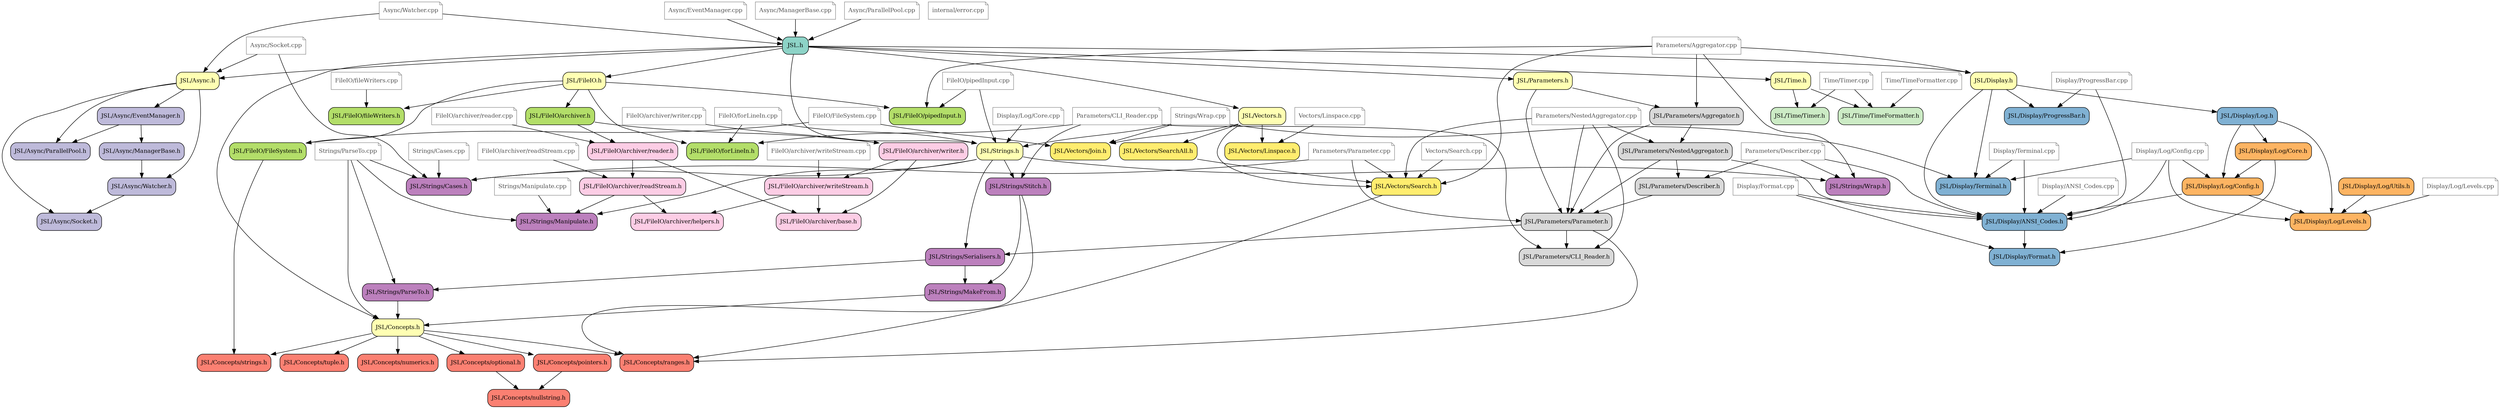
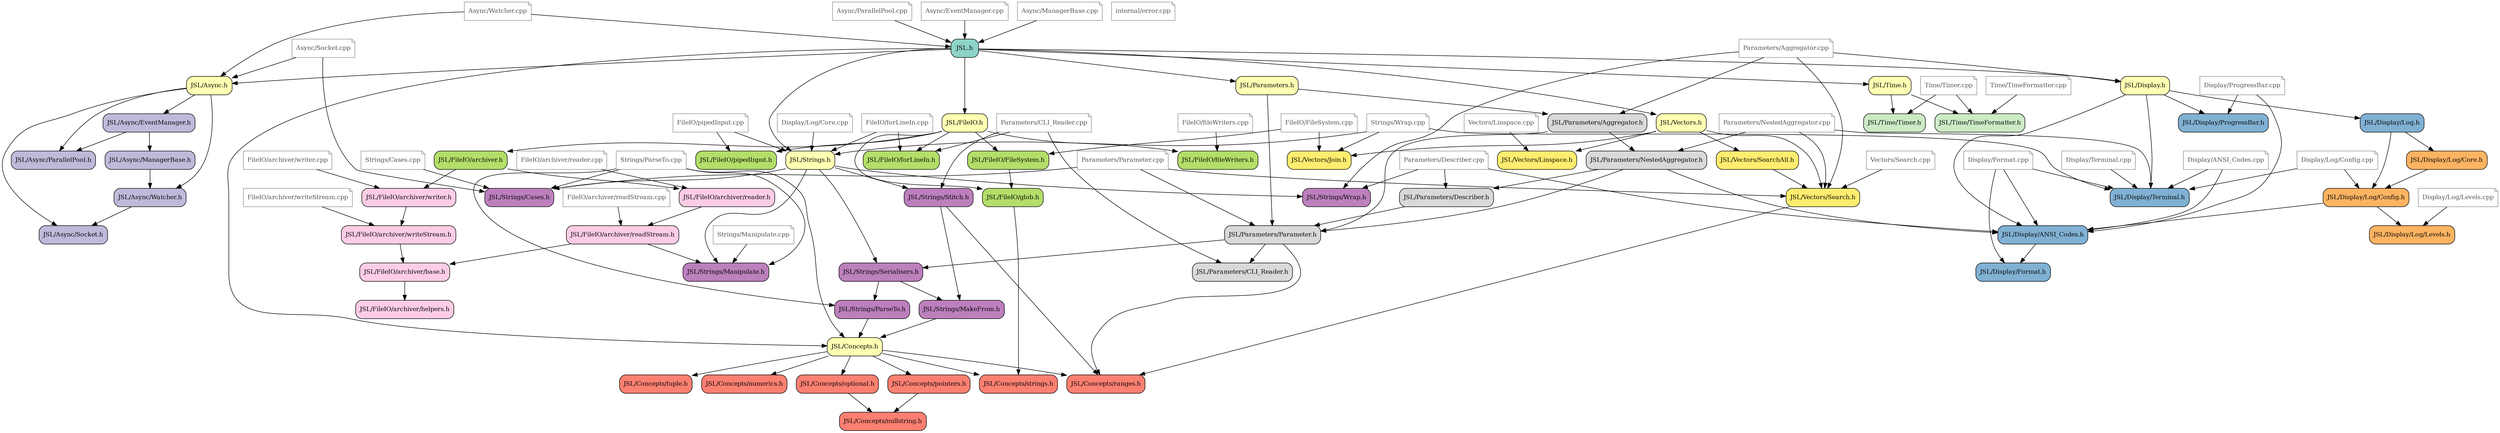
digraph codeviz {
    splines=true
    sep="+15,15"
    overlap=false

    node [shape=Mrecord, fontsize=12]

    node [fillcolor = "#8dd3c7",shape="Mrecord", style = "filled"] "include/JSL.h"                             [label = "JSL.h"]
    node [fillcolor = "#ffffb3",shape="Mrecord", style = "filled"] "include/JSL/Async.h"                       [label = "JSL/Async.h"]
    node [fillcolor = "#bebada",shape="Mrecord", style = "filled"] "include/JSL/Async/EventManager.h"          [label = "JSL/Async/EventManager.h"]
    node [fillcolor = "#bebada",shape="Mrecord", style = "filled"] "include/JSL/Async/ManagerBase.h"           [label = "JSL/Async/ManagerBase.h"]
    node [fillcolor = "#bebada",shape="Mrecord", style = "filled"] "include/JSL/Async/ParallelPool.h"          [label = "JSL/Async/ParallelPool.h"]
    node [fillcolor = "#bebada",shape="Mrecord", style = "filled"] "include/JSL/Async/Socket.h"                [label = "JSL/Async/Socket.h"]
    node [fillcolor = "#bebada",shape="Mrecord", style = "filled"] "include/JSL/Async/Watcher.h"               [label = "JSL/Async/Watcher.h"]
    node [fillcolor = "#ffffb3",shape="Mrecord", style = "filled"] "include/JSL/Concepts.h"                    [label = "JSL/Concepts.h"]
    node [fillcolor = "#fb8072",shape="Mrecord", style = "filled"] "include/JSL/Concepts/nullstring.h"         [label = "JSL/Concepts/nullstring.h"]
    node [fillcolor = "#fb8072",shape="Mrecord", style = "filled"] "include/JSL/Concepts/numerics.h"           [label = "JSL/Concepts/numerics.h"]
    node [fillcolor = "#fb8072",shape="Mrecord", style = "filled"] "include/JSL/Concepts/optional.h"           [label = "JSL/Concepts/optional.h"]
    node [fillcolor = "#fb8072",shape="Mrecord", style = "filled"] "include/JSL/Concepts/pointers.h"           [label = "JSL/Concepts/pointers.h"]
    node [fillcolor = "#fb8072",shape="Mrecord", style = "filled"] "include/JSL/Concepts/ranges.h"             [label = "JSL/Concepts/ranges.h"]
    node [fillcolor = "#fb8072",shape="Mrecord", style = "filled"] "include/JSL/Concepts/strings.h"            [label = "JSL/Concepts/strings.h"]
    node [fillcolor = "#fb8072",shape="Mrecord", style = "filled"] "include/JSL/Concepts/tuple.h"              [label = "JSL/Concepts/tuple.h"]
    node [fillcolor = "#ffffb3",shape="Mrecord", style = "filled"] "include/JSL/Display.h"                     [label = "JSL/Display.h"]
    node [fillcolor = "#80b1d3",shape="Mrecord", style = "filled"] "include/JSL/Display/ANSI_Codes.h"          [label = "JSL/Display/ANSI_Codes.h"]
    node [fillcolor = "#80b1d3",shape="Mrecord", style = "filled"] "include/JSL/Display/Format.h"              [label = "JSL/Display/Format.h"]
    node [fillcolor = "#80b1d3",shape="Mrecord", style = "filled"] "include/JSL/Display/Log.h"                 [label = "JSL/Display/Log.h"]
    node [fillcolor = "#fdb462",shape="Mrecord", style = "filled"] "include/JSL/Display/Log/Config.h"          [label = "JSL/Display/Log/Config.h"]
    node [fillcolor = "#fdb462",shape="Mrecord", style = "filled"] "include/JSL/Display/Log/Core.h"            [label = "JSL/Display/Log/Core.h"]
    node [fillcolor = "#fdb462",shape="Mrecord", style = "filled"] "include/JSL/Display/Log/Levels.h"          [label = "JSL/Display/Log/Levels.h"]
-     node [fillcolor = "#fdb462",shape="Mrecord", style = "filled"] "include/JSL/Display/Log/Utils.h"           [label = "JSL/Display/Log/Utils.h"]
    node [fillcolor = "#80b1d3",shape="Mrecord", style = "filled"] "include/JSL/Display/ProgressBar.h"         [label = "JSL/Display/ProgressBar.h"]
    node [fillcolor = "#80b1d3",shape="Mrecord", style = "filled"] "include/JSL/Display/Terminal.h"            [label = "JSL/Display/Terminal.h"]
    node [fillcolor = "#ffffb3",shape="Mrecord", style = "filled"] "include/JSL/FileIO.h"                      [label = "JSL/FileIO.h"]
    node [fillcolor = "#b3de69",shape="Mrecord", style = "filled"] "include/JSL/FileIO/FileSystem.h"           [label = "JSL/FileIO/FileSystem.h"]
    node [fillcolor = "#b3de69",shape="Mrecord", style = "filled"] "include/JSL/FileIO/archiver.h"             [label = "JSL/FileIO/archiver.h"]
    node [fillcolor = "#fccde5",shape="Mrecord", style = "filled"] "include/JSL/FileIO/archiver/base.h"        [label = "JSL/FileIO/archiver/base.h"]
    node [fillcolor = "#fccde5",shape="Mrecord", style = "filled"] "include/JSL/FileIO/archiver/helpers.h"     [label = "JSL/FileIO/archiver/helpers.h"]
    node [fillcolor = "#fccde5",shape="Mrecord", style = "filled"] "include/JSL/FileIO/archiver/readStream.h"  [label = "JSL/FileIO/archiver/readStream.h"]
    node [fillcolor = "#fccde5",shape="Mrecord", style = "filled"] "include/JSL/FileIO/archiver/reader.h"      [label = "JSL/FileIO/archiver/reader.h"]
    node [fillcolor = "#fccde5",shape="Mrecord", style = "filled"] "include/JSL/FileIO/archiver/writeStream.h" [label = "JSL/FileIO/archiver/writeStream.h"]
    node [fillcolor = "#fccde5",shape="Mrecord", style = "filled"] "include/JSL/FileIO/archiver/writer.h"      [label = "JSL/FileIO/archiver/writer.h"]
    node [fillcolor = "#b3de69",shape="Mrecord", style = "filled"] "include/JSL/FileIO/fileWriters.h"          [label = "JSL/FileIO/fileWriters.h"]
    node [fillcolor = "#b3de69",shape="Mrecord", style = "filled"] "include/JSL/FileIO/forLineIn.h"            [label = "JSL/FileIO/forLineIn.h"]
+     node [fillcolor = "#b3de69",shape="Mrecord", style = "filled"] "include/JSL/FileIO/glob.h"                 [label = "JSL/FileIO/glob.h"]
    node [fillcolor = "#b3de69",shape="Mrecord", style = "filled"] "include/JSL/FileIO/pipedInput.h"           [label = "JSL/FileIO/pipedInput.h"]
    node [fillcolor = "#ffffb3",shape="Mrecord", style = "filled"] "include/JSL/Parameters.h"                  [label = "JSL/Parameters.h"]
    node [fillcolor = "#d9d9d9",shape="Mrecord", style = "filled"] "include/JSL/Parameters/Aggregator.h"       [label = "JSL/Parameters/Aggregator.h"]
    node [fillcolor = "#d9d9d9",shape="Mrecord", style = "filled"] "include/JSL/Parameters/CLI_Reader.h"       [label = "JSL/Parameters/CLI_Reader.h"]
    node [fillcolor = "#d9d9d9",shape="Mrecord", style = "filled"] "include/JSL/Parameters/Describer.h"        [label = "JSL/Parameters/Describer.h"]
    node [fillcolor = "#d9d9d9",shape="Mrecord", style = "filled"] "include/JSL/Parameters/NestedAggregator.h" [label = "JSL/Parameters/NestedAggregator.h"]
    node [fillcolor = "#d9d9d9",shape="Mrecord", style = "filled"] "include/JSL/Parameters/Parameter.h"        [label = "JSL/Parameters/Parameter.h"]
    node [fillcolor = "#ffffb3",shape="Mrecord", style = "filled"] "include/JSL/Strings.h"                     [label = "JSL/Strings.h"]
    node [fillcolor = "#bc80bd",shape="Mrecord", style = "filled"] "include/JSL/Strings/Cases.h"               [label = "JSL/Strings/Cases.h"]
    node [fillcolor = "#bc80bd",shape="Mrecord", style = "filled"] "include/JSL/Strings/MakeFrom.h"            [label = "JSL/Strings/MakeFrom.h"]
    node [fillcolor = "#bc80bd",shape="Mrecord", style = "filled"] "include/JSL/Strings/Manipulate.h"          [label = "JSL/Strings/Manipulate.h"]
    node [fillcolor = "#bc80bd",shape="Mrecord", style = "filled"] "include/JSL/Strings/ParseTo.h"             [label = "JSL/Strings/ParseTo.h"]
    node [fillcolor = "#bc80bd",shape="Mrecord", style = "filled"] "include/JSL/Strings/Serialisers.h"         [label = "JSL/Strings/Serialisers.h"]
    node [fillcolor = "#bc80bd",shape="Mrecord", style = "filled"] "include/JSL/Strings/Stitch.h"              [label = "JSL/Strings/Stitch.h"]
    node [fillcolor = "#bc80bd",shape="Mrecord", style = "filled"] "include/JSL/Strings/Wrap.h"                [label = "JSL/Strings/Wrap.h"]
    node [fillcolor = "#ffffb3",shape="Mrecord", style = "filled"] "include/JSL/Time.h"                        [label = "JSL/Time.h"]
    node [fillcolor = "#ccebc5",shape="Mrecord", style = "filled"] "include/JSL/Time/TimeFormatter.h"          [label = "JSL/Time/TimeFormatter.h"]
    node [fillcolor = "#ccebc5",shape="Mrecord", style = "filled"] "include/JSL/Time/Timer.h"                  [label = "JSL/Time/Timer.h"]
    node [fillcolor = "#ffffb3",shape="Mrecord", style = "filled"] "include/JSL/Vectors.h"                     [label = "JSL/Vectors.h"]
    node [fillcolor = "#ffed6f",shape="Mrecord", style = "filled"] "include/JSL/Vectors/Join.h"                [label = "JSL/Vectors/Join.h"]
    node [fillcolor = "#ffed6f",shape="Mrecord", style = "filled"] "include/JSL/Vectors/Linspace.h"            [label = "JSL/Vectors/Linspace.h"]
    node [fillcolor = "#ffed6f",shape="Mrecord", style = "filled"] "include/JSL/Vectors/Search.h"              [label = "JSL/Vectors/Search.h"]
    node [fillcolor = "#ffed6f",shape="Mrecord", style = "filled"] "include/JSL/Vectors/SearchAll.h"           [label = "JSL/Vectors/SearchAll.h"]
    node [fillcolor = "#8B8B8B",style="", shape="note", color="#8c8c8c", fontcolor="#4b4b4b"] "src/Async/EventManager.cpp"                [label = "Async/EventManager.cpp"]
    node [fillcolor = "#8B8B8B",style="", shape="note", color="#8c8c8c", fontcolor="#4b4b4b"] "src/Async/ManagerBase.cpp"                 [label = "Async/ManagerBase.cpp"]
    node [fillcolor = "#8B8B8B",style="", shape="note", color="#8c8c8c", fontcolor="#4b4b4b"] "src/Async/ParallelPool.cpp"                [label = "Async/ParallelPool.cpp"]
    node [fillcolor = "#8B8B8B",style="", shape="note", color="#8c8c8c", fontcolor="#4b4b4b"] "src/Async/Socket.cpp"                      [label = "Async/Socket.cpp"]
    node [fillcolor = "#8B8B8B",style="", shape="note", color="#8c8c8c", fontcolor="#4b4b4b"] "src/Async/Watcher.cpp"                     [label = "Async/Watcher.cpp"]
    node [fillcolor = "#8B8B8B",style="", shape="note", color="#8c8c8c", fontcolor="#4b4b4b"] "src/Display/ANSI_Codes.cpp"                [label = "Display/ANSI_Codes.cpp"]
    node [fillcolor = "#8B8B8B",style="", shape="note", color="#8c8c8c", fontcolor="#4b4b4b"] "src/Display/Format.cpp"                    [label = "Display/Format.cpp"]
    node [fillcolor = "#8B8B8B",style="", shape="note", color="#8c8c8c", fontcolor="#4b4b4b"] "src/Display/Log/Config.cpp"                [label = "Display/Log/Config.cpp"]
    node [fillcolor = "#8B8B8B",style="", shape="note", color="#8c8c8c", fontcolor="#4b4b4b"] "src/Display/Log/Core.cpp"                  [label = "Display/Log/Core.cpp"]
    node [fillcolor = "#8B8B8B",style="", shape="note", color="#8c8c8c", fontcolor="#4b4b4b"] "src/Display/Log/Levels.cpp"                [label = "Display/Log/Levels.cpp"]
    node [fillcolor = "#8B8B8B",style="", shape="note", color="#8c8c8c", fontcolor="#4b4b4b"] "src/Display/ProgressBar.cpp"               [label = "Display/ProgressBar.cpp"]
    node [fillcolor = "#8B8B8B",style="", shape="note", color="#8c8c8c", fontcolor="#4b4b4b"] "src/Display/Terminal.cpp"                  [label = "Display/Terminal.cpp"]
    node [fillcolor = "#8B8B8B",style="", shape="note", color="#8c8c8c", fontcolor="#4b4b4b"] "src/FileIO/FileSystem.cpp"                 [label = "FileIO/FileSystem.cpp"]
    node [fillcolor = "#8B8B8B",style="", shape="note", color="#8c8c8c", fontcolor="#4b4b4b"] "src/FileIO/archiver/readStream.cpp"        [label = "FileIO/archiver/readStream.cpp"]
    node [fillcolor = "#8B8B8B",style="", shape="note", color="#8c8c8c", fontcolor="#4b4b4b"] "src/FileIO/archiver/reader.cpp"            [label = "FileIO/archiver/reader.cpp"]
    node [fillcolor = "#8B8B8B",style="", shape="note", color="#8c8c8c", fontcolor="#4b4b4b"] "src/FileIO/archiver/writeStream.cpp"       [label = "FileIO/archiver/writeStream.cpp"]
    node [fillcolor = "#8B8B8B",style="", shape="note", color="#8c8c8c", fontcolor="#4b4b4b"] "src/FileIO/archiver/writer.cpp"            [label = "FileIO/archiver/writer.cpp"]
    node [fillcolor = "#8B8B8B",style="", shape="note", color="#8c8c8c", fontcolor="#4b4b4b"] "src/FileIO/fileWriters.cpp"                [label = "FileIO/fileWriters.cpp"]
    node [fillcolor = "#8B8B8B",style="", shape="note", color="#8c8c8c", fontcolor="#4b4b4b"] "src/FileIO/forLineIn.cpp"                  [label = "FileIO/forLineIn.cpp"]
    node [fillcolor = "#8B8B8B",style="", shape="note", color="#8c8c8c", fontcolor="#4b4b4b"] "src/FileIO/pipedInput.cpp"                 [label = "FileIO/pipedInput.cpp"]
    node [fillcolor = "#8B8B8B",style="", shape="note", color="#8c8c8c", fontcolor="#4b4b4b"] "src/Parameters/Aggregator.cpp"             [label = "Parameters/Aggregator.cpp"]
    node [fillcolor = "#8B8B8B",style="", shape="note", color="#8c8c8c", fontcolor="#4b4b4b"] "src/Parameters/CLI_Reader.cpp"             [label = "Parameters/CLI_Reader.cpp"]
    node [fillcolor = "#8B8B8B",style="", shape="note", color="#8c8c8c", fontcolor="#4b4b4b"] "src/Parameters/Describer.cpp"              [label = "Parameters/Describer.cpp"]
    node [fillcolor = "#8B8B8B",style="", shape="note", color="#8c8c8c", fontcolor="#4b4b4b"] "src/Parameters/NestedAggregator.cpp"       [label = "Parameters/NestedAggregator.cpp"]
    node [fillcolor = "#8B8B8B",style="", shape="note", color="#8c8c8c", fontcolor="#4b4b4b"] "src/Parameters/Parameter.cpp"              [label = "Parameters/Parameter.cpp"]
    node [fillcolor = "#8B8B8B",style="", shape="note", color="#8c8c8c", fontcolor="#4b4b4b"] "src/Strings/Cases.cpp"                     [label = "Strings/Cases.cpp"]
    node [fillcolor = "#8B8B8B",style="", shape="note", color="#8c8c8c", fontcolor="#4b4b4b"] "src/Strings/Manipulate.cpp"                [label = "Strings/Manipulate.cpp"]
    node [fillcolor = "#8B8B8B",style="", shape="note", color="#8c8c8c", fontcolor="#4b4b4b"] "src/Strings/ParseTo.cpp"                   [label = "Strings/ParseTo.cpp"]
    node [fillcolor = "#8B8B8B",style="", shape="note", color="#8c8c8c", fontcolor="#4b4b4b"] "src/Strings/Wrap.cpp"                      [label = "Strings/Wrap.cpp"]
    node [fillcolor = "#8B8B8B",style="", shape="note", color="#8c8c8c", fontcolor="#4b4b4b"] "src/Time/TimeFormatter.cpp"                [label = "Time/TimeFormatter.cpp"]
    node [fillcolor = "#8B8B8B",style="", shape="note", color="#8c8c8c", fontcolor="#4b4b4b"] "src/Time/Timer.cpp"                        [label = "Time/Timer.cpp"]
    node [fillcolor = "#8B8B8B",style="", shape="note", color="#8c8c8c", fontcolor="#4b4b4b"] "src/Vectors/Linspace.cpp"                  [label = "Vectors/Linspace.cpp"]
    node [fillcolor = "#8B8B8B",style="", shape="note", color="#8c8c8c", fontcolor="#4b4b4b"] "src/Vectors/Search.cpp"                    [label = "Vectors/Search.cpp"]
    node [fillcolor = "#8B8B8B",style="", shape="note", color="#8c8c8c", fontcolor="#4b4b4b"] "src/internal/error.cpp"                    [label = "internal/error.cpp"]

    "include/JSL.h"                             -> "include/JSL/Display.h"
    "include/JSL.h"                             -> "include/JSL/FileIO.h"
    "include/JSL.h"                             -> "include/JSL/Parameters.h"
    "include/JSL.h"                             -> "include/JSL/Strings.h"
    "include/JSL.h"                             -> "include/JSL/Time.h"
    "include/JSL.h"                             -> "include/JSL/Vectors.h"
    "include/JSL.h"                             -> "include/JSL/Async.h"
    "include/JSL.h"                             -> "include/JSL/Concepts.h"
    "include/JSL/Async.h"                       -> "include/JSL/Async/Socket.h"
    "include/JSL/Async.h"                       -> "include/JSL/Async/Watcher.h"
    "include/JSL/Async.h"                       -> "include/JSL/Async/EventManager.h"
    "include/JSL/Async.h"                       -> "include/JSL/Async/ParallelPool.h"
    "include/JSL/Async/EventManager.h"          -> "include/JSL/Async/ManagerBase.h"
    "include/JSL/Async/EventManager.h"          -> "include/JSL/Async/ParallelPool.h"
    "include/JSL/Async/ManagerBase.h"           -> "include/JSL/Async/Watcher.h"
    "include/JSL/Async/Watcher.h"               -> "include/JSL/Async/Socket.h"
    "include/JSL/Concepts.h"                    -> "include/JSL/Concepts/ranges.h"
    "include/JSL/Concepts.h"                    -> "include/JSL/Concepts/tuple.h"
    "include/JSL/Concepts.h"                    -> "include/JSL/Concepts/numerics.h"
    "include/JSL/Concepts.h"                    -> "include/JSL/Concepts/strings.h"
    "include/JSL/Concepts.h"                    -> "include/JSL/Concepts/pointers.h"
    "include/JSL/Concepts.h"                    -> "include/JSL/Concepts/optional.h"
    "include/JSL/Concepts/optional.h"           -> "include/JSL/Concepts/nullstring.h"
    "include/JSL/Concepts/pointers.h"           -> "include/JSL/Concepts/nullstring.h"
    "include/JSL/Display.h"                     -> "include/JSL/Display/Log.h"
    "include/JSL/Display.h"                     -> "include/JSL/Display/ANSI_Codes.h"
    "include/JSL/Display.h"                     -> "include/JSL/Display/ProgressBar.h"
    "include/JSL/Display.h"                     -> "include/JSL/Display/Terminal.h"
    "include/JSL/Display/ANSI_Codes.h"          -> "include/JSL/Display/Format.h"
    "include/JSL/Display/Log.h"                 -> "include/JSL/Display/Log/Core.h"
    "include/JSL/Display/Log.h"                 -> "include/JSL/Display/Log/Config.h"
-     "include/JSL/Display/Log.h"                 -> "include/JSL/Display/Log/Levels.h"
    "include/JSL/Display/Log/Config.h"          -> "include/JSL/Display/Log/Levels.h"
    "include/JSL/Display/Log/Config.h"          -> "include/JSL/Display/ANSI_Codes.h"
    "include/JSL/Display/Log/Core.h"            -> "include/JSL/Display/Log/Config.h"
-     "include/JSL/Display/Log/Core.h"            -> "include/JSL/Display/Format.h"
-     "include/JSL/Display/Log/Utils.h"           -> "include/JSL/Display/Log/Levels.h"
    "include/JSL/FileIO.h"                      -> "include/JSL/FileIO/forLineIn.h"
    "include/JSL/FileIO.h"                      -> "include/JSL/FileIO/FileSystem.h"
    "include/JSL/FileIO.h"                      -> "include/JSL/FileIO/fileWriters.h"
    "include/JSL/FileIO.h"                      -> "include/JSL/FileIO/pipedInput.h"
    "include/JSL/FileIO.h"                      -> "include/JSL/FileIO/archiver.h"
-     "include/JSL/FileIO/FileSystem.h"           -> "include/JSL/Concepts/strings.h"
+     "include/JSL/FileIO.h"                      -> "include/JSL/FileIO/glob.h"
+     "include/JSL/FileIO/FileSystem.h"           -> "include/JSL/FileIO/glob.h"
    "include/JSL/FileIO/archiver.h"             -> "include/JSL/FileIO/archiver/writer.h"
    "include/JSL/FileIO/archiver.h"             -> "include/JSL/FileIO/archiver/reader.h"
+     "include/JSL/FileIO/archiver/base.h"        -> "include/JSL/FileIO/archiver/helpers.h"
    "include/JSL/FileIO/archiver/readStream.h"  -> "include/JSL/Strings/Manipulate.h"
-     "include/JSL/FileIO/archiver/readStream.h"  -> "include/JSL/FileIO/archiver/helpers.h"
-     "include/JSL/FileIO/archiver/reader.h"      -> "include/JSL/FileIO/archiver/base.h"
+     "include/JSL/FileIO/archiver/readStream.h"  -> "include/JSL/FileIO/archiver/base.h"
    "include/JSL/FileIO/archiver/reader.h"      -> "include/JSL/FileIO/archiver/readStream.h"
    "include/JSL/FileIO/archiver/writeStream.h" -> "include/JSL/FileIO/archiver/base.h"
-     "include/JSL/FileIO/archiver/writeStream.h" -> "include/JSL/FileIO/archiver/helpers.h"
-     "include/JSL/FileIO/archiver/writer.h"      -> "include/JSL/FileIO/archiver/base.h"
    "include/JSL/FileIO/archiver/writer.h"      -> "include/JSL/FileIO/archiver/writeStream.h"
+     "include/JSL/FileIO/glob.h"                 -> "include/JSL/Concepts/strings.h"
    "include/JSL/Parameters.h"                  -> "include/JSL/Parameters/Parameter.h"
    "include/JSL/Parameters.h"                  -> "include/JSL/Parameters/Aggregator.h"
    "include/JSL/Parameters/Aggregator.h"       -> "include/JSL/Parameters/NestedAggregator.h"
    "include/JSL/Parameters/Aggregator.h"       -> "include/JSL/Parameters/Parameter.h"
    "include/JSL/Parameters/Describer.h"        -> "include/JSL/Parameters/Parameter.h"
    "include/JSL/Parameters/NestedAggregator.h" -> "include/JSL/Parameters/Parameter.h"
    "include/JSL/Parameters/NestedAggregator.h" -> "include/JSL/Display/ANSI_Codes.h"
    "include/JSL/Parameters/NestedAggregator.h" -> "include/JSL/Parameters/Describer.h"
    "include/JSL/Parameters/Parameter.h"      -> "include/JSL/Concepts/ranges.h"[weight=0.3]
    "include/JSL/Parameters/Parameter.h"        -> "include/JSL/Strings/Serialisers.h"
    "include/JSL/Parameters/Parameter.h"        -> "include/JSL/Parameters/CLI_Reader.h"
    "include/JSL/Strings.h"                     -> "include/JSL/Strings/Serialisers.h"
    "include/JSL/Strings.h"                     -> "include/JSL/Strings/Cases.h"
    "include/JSL/Strings.h"                     -> "include/JSL/Strings/Manipulate.h"
    "include/JSL/Strings.h"                     -> "include/JSL/Strings/Stitch.h"
    "include/JSL/Strings.h"                     -> "include/JSL/Strings/Wrap.h"
    "include/JSL/Strings/MakeFrom.h"            -> "include/JSL/Concepts.h"
    "include/JSL/Strings/ParseTo.h"             -> "include/JSL/Concepts.h"
    "include/JSL/Strings/Serialisers.h"         -> "include/JSL/Strings/MakeFrom.h"
    "include/JSL/Strings/Serialisers.h"         -> "include/JSL/Strings/ParseTo.h"
    "include/JSL/Strings/Stitch.h"              -> "include/JSL/Strings/MakeFrom.h"
    "include/JSL/Strings/Stitch.h"            -> "include/JSL/Concepts/ranges.h"[weight=0.3]
    "include/JSL/Time.h"                        -> "include/JSL/Time/Timer.h"
    "include/JSL/Time.h"                        -> "include/JSL/Time/TimeFormatter.h"
    "include/JSL/Vectors.h"                     -> "include/JSL/Vectors/Search.h"
    "include/JSL/Vectors.h"                     -> "include/JSL/Vectors/SearchAll.h"
    "include/JSL/Vectors.h"                     -> "include/JSL/Vectors/Join.h"
    "include/JSL/Vectors.h"                     -> "include/JSL/Vectors/Linspace.h"
    "include/JSL/Vectors/Search.h"            -> "include/JSL/Concepts/ranges.h"[weight=0.3]
    "include/JSL/Vectors/SearchAll.h"           -> "include/JSL/Vectors/Search.h"
    "src/Async/EventManager.cpp"                -> "include/JSL.h"
    "src/Async/ManagerBase.cpp"                 -> "include/JSL.h"
    "src/Async/ParallelPool.cpp"                -> "include/JSL.h"

    "src/Async/Socket.cpp"                      -> "include/JSL/Async.h"
    "src/Async/Socket.cpp"                      -> "include/JSL/Strings/Cases.h"

    "src/Async/Watcher.cpp"                     -> "include/JSL/Async.h"

    "src/Async/Watcher.cpp"                     -> "include/JSL.h"
    "src/Display/ANSI_Codes.cpp"                -> "include/JSL/Display/ANSI_Codes.h"
+     "src/Display/ANSI_Codes.cpp"                -> "include/JSL/Display/Terminal.h"
    "src/Display/Format.cpp"                    -> "include/JSL/Display/Format.h"
    "src/Display/Format.cpp"                    -> "include/JSL/Display/ANSI_Codes.h"
+     "src/Display/Format.cpp"                    -> "include/JSL/Display/Terminal.h"
    "src/Display/Log/Config.cpp"                -> "include/JSL/Display/Log/Config.h"
-     "src/Display/Log/Config.cpp"                -> "include/JSL/Display/Log/Levels.h"
-     "src/Display/Log/Config.cpp"                -> "include/JSL/Display/ANSI_Codes.h"
    "src/Display/Log/Config.cpp"                -> "include/JSL/Display/Terminal.h"

    "src/Display/Log/Core.cpp"                  -> "include/JSL/Strings.h"
    "src/Display/Log/Levels.cpp"                -> "include/JSL/Display/Log/Levels.h"
    "src/Display/ProgressBar.cpp"               -> "include/JSL/Display/ProgressBar.h"
    "src/Display/ProgressBar.cpp"               -> "include/JSL/Display/ANSI_Codes.h"

    "src/Display/Terminal.cpp"                  -> "include/JSL/Display/Terminal.h"
-     "src/Display/Terminal.cpp"                  -> "include/JSL/Display/ANSI_Codes.h"
    "src/FileIO/FileSystem.cpp"                 -> "include/JSL/FileIO/FileSystem.h"
    "src/FileIO/FileSystem.cpp"                 -> "include/JSL/Vectors/Join.h"
- 
    "src/FileIO/archiver/readStream.cpp"        -> "include/JSL/FileIO/archiver/readStream.h"
    "src/FileIO/archiver/reader.cpp"            -> "include/JSL/FileIO/archiver/reader.h"
    "src/FileIO/archiver/writeStream.cpp"       -> "include/JSL/FileIO/archiver/writeStream.h"
    "src/FileIO/archiver/writer.cpp"            -> "include/JSL/FileIO/archiver/writer.h"

    "src/FileIO/fileWriters.cpp"                -> "include/JSL/FileIO/fileWriters.h"
    "src/FileIO/forLineIn.cpp"                  -> "include/JSL/FileIO/forLineIn.h"
    "src/FileIO/forLineIn.cpp"                  -> "include/JSL/Strings.h"
    "src/FileIO/pipedInput.cpp"                 -> "include/JSL/FileIO/pipedInput.h"
    "src/FileIO/pipedInput.cpp"                 -> "include/JSL/Strings.h"
    "src/Parameters/Aggregator.cpp"             -> "include/JSL/Parameters/Aggregator.h"
    "src/Parameters/Aggregator.cpp"             -> "include/JSL/Vectors/Search.h"
    "src/Parameters/Aggregator.cpp"             -> "include/JSL/Strings/Wrap.h"
    "src/Parameters/Aggregator.cpp"             -> "include/JSL/Display.h"
-     "src/Parameters/Aggregator.cpp"             -> "include/JSL/FileIO/pipedInput.h"
    "src/Parameters/CLI_Reader.cpp"             -> "include/JSL/Parameters/CLI_Reader.h"
    "src/Parameters/CLI_Reader.cpp"             -> "include/JSL/FileIO/forLineIn.h"
    "src/Parameters/CLI_Reader.cpp"             -> "include/JSL/Strings/Stitch.h"
    "src/Parameters/Describer.cpp"              -> "include/JSL/Parameters/Describer.h"
    "src/Parameters/Describer.cpp"              -> "include/JSL/Display/ANSI_Codes.h"
    "src/Parameters/Describer.cpp"              -> "include/JSL/Strings/Wrap.h"
    "src/Parameters/NestedAggregator.cpp"       -> "include/JSL/Parameters/NestedAggregator.h"
-     "src/Parameters/NestedAggregator.cpp"       -> "include/JSL/Parameters/Parameter.h"
-     "src/Parameters/NestedAggregator.cpp"       -> "include/JSL/Parameters/CLI_Reader.h"
+     "src/Parameters/NestedAggregator.cpp"       -> "include/JSL/Display/Terminal.h"
    "src/Parameters/NestedAggregator.cpp"       -> "include/JSL/Vectors/Search.h"

    "src/Parameters/Parameter.cpp"              -> "include/JSL/Parameters/Parameter.h"
    "src/Parameters/Parameter.cpp"              -> "include/JSL/Vectors/Search.h"
    "src/Parameters/Parameter.cpp"              -> "include/JSL/Strings/Cases.h"
    "src/Strings/Cases.cpp"                     -> "include/JSL/Strings/Cases.h"
    "src/Strings/Manipulate.cpp"                -> "include/JSL/Strings/Manipulate.h"
    "src/Strings/ParseTo.cpp"                   -> "include/JSL/Strings/ParseTo.h"
    "src/Strings/ParseTo.cpp"                   -> "include/JSL/Strings/Cases.h"
    "src/Strings/ParseTo.cpp"                   -> "include/JSL/Concepts.h"
    "src/Strings/ParseTo.cpp"                   -> "include/JSL/Strings/Manipulate.h"
    "src/Strings/Wrap.cpp"                      -> "include/JSL/Strings.h"
    "src/Strings/Wrap.cpp"                      -> "include/JSL/Vectors/Join.h"
    "src/Strings/Wrap.cpp"                      -> "include/JSL/Display/Terminal.h"
    "src/Time/TimeFormatter.cpp"                -> "include/JSL/Time/TimeFormatter.h"
    "src/Time/Timer.cpp"                        -> "include/JSL/Time/Timer.h"
    "src/Time/Timer.cpp"                        -> "include/JSL/Time/TimeFormatter.h"
    "src/Vectors/Linspace.cpp"                  -> "include/JSL/Vectors/Linspace.h"
    "src/Vectors/Search.cpp"                    -> "include/JSL/Vectors/Search.h"

}
